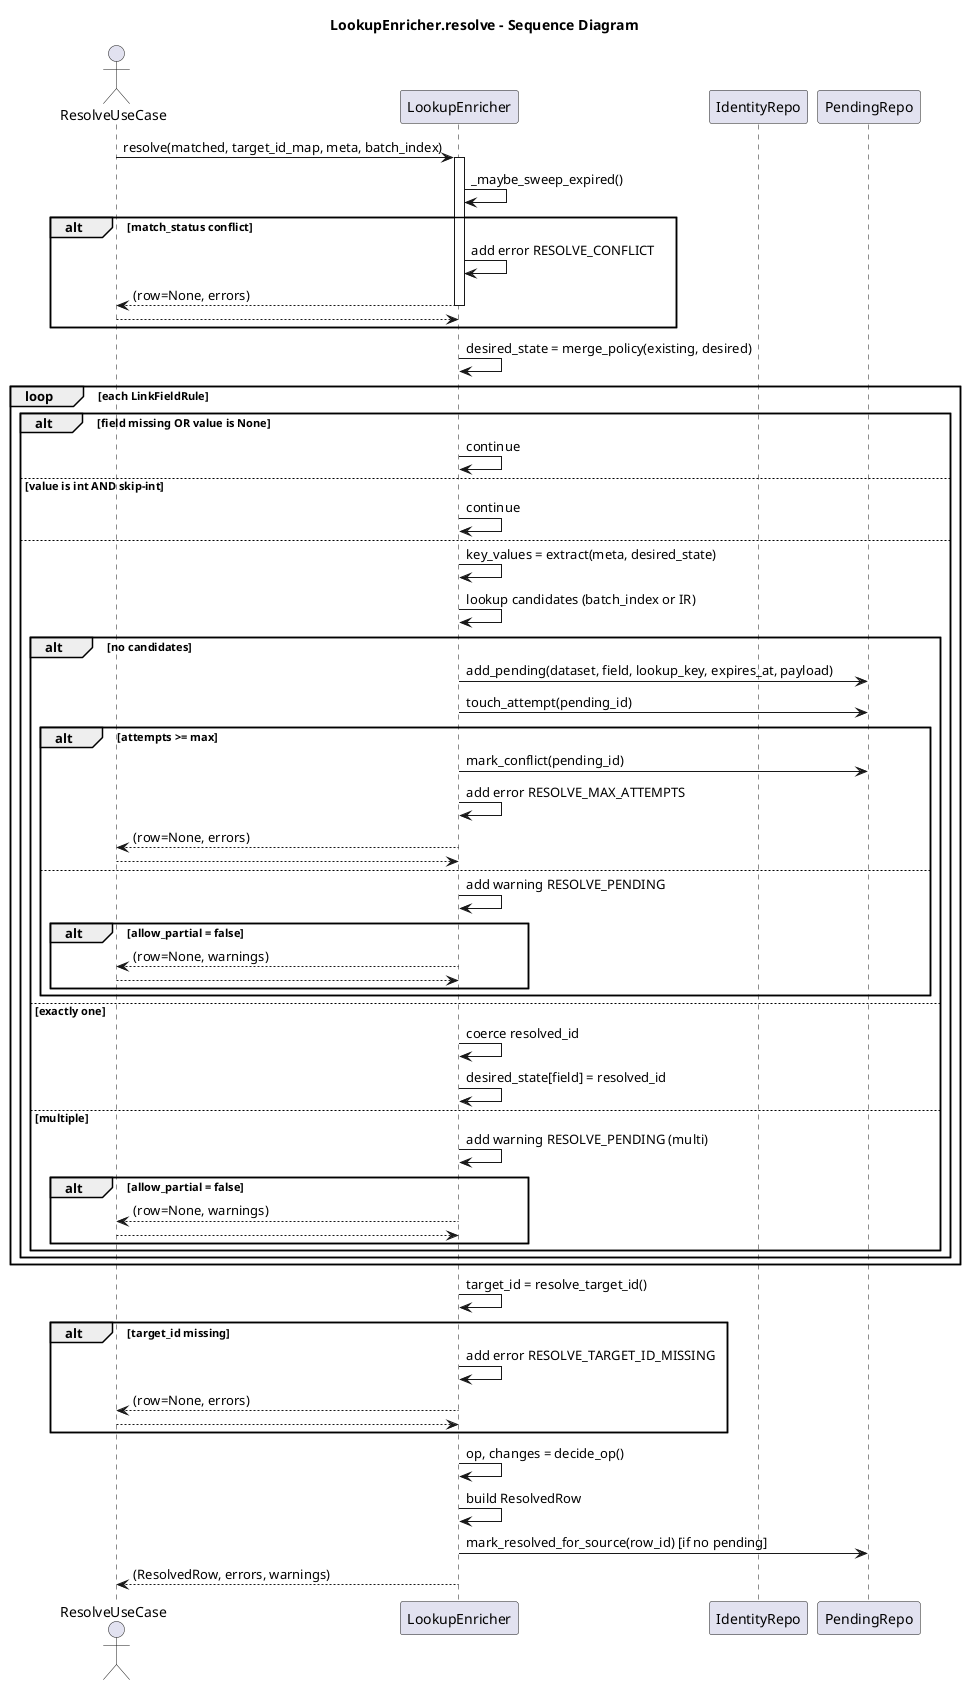
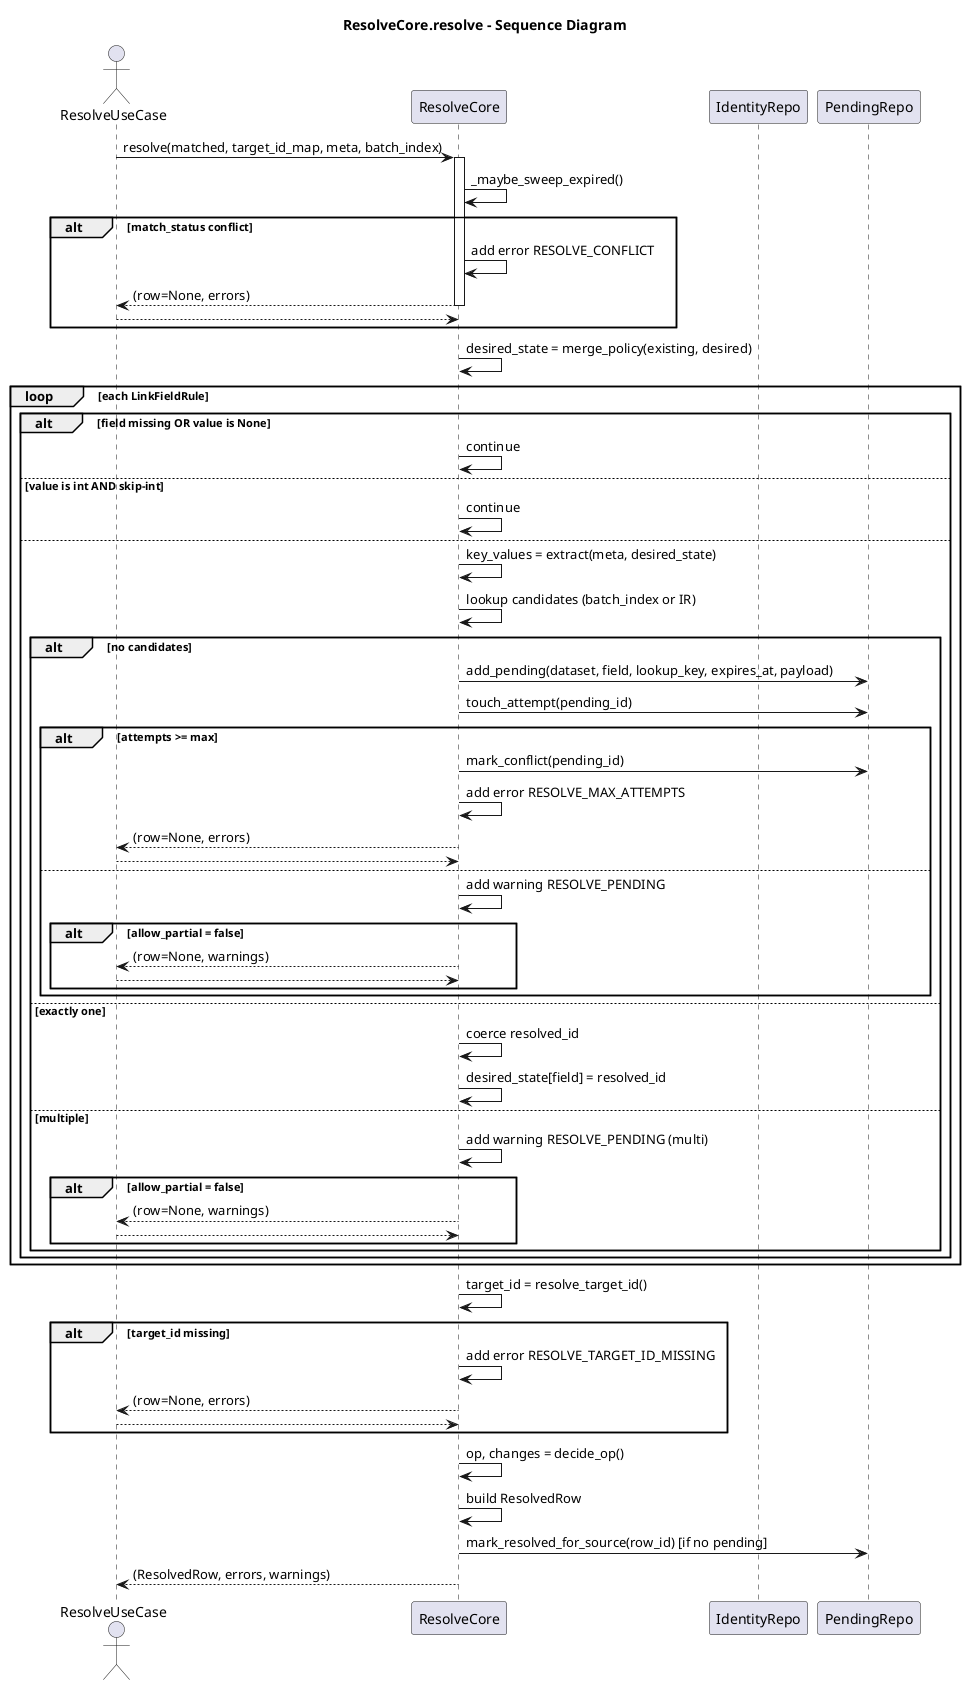
@startuml
- title LookupEnricher.resolve - Sequence Diagram
+ title ResolveCore.resolve - Sequence Diagram

actor "ResolveUseCase" as RU
- participant "LookupEnricher" as R
+ participant "ResolveCore" as R
participant "IdentityRepo" as IR
participant "PendingRepo" as PR

RU -> R: resolve(matched, target_id_map, meta, batch_index)
activate R
R -> R: _maybe_sweep_expired()

alt match_status conflict
  R -> R: add error RESOLVE_CONFLICT
  R --> RU: (row=None, errors)
  deactivate R
  return
end

R -> R: desired_state = merge_policy(existing, desired)

loop each LinkFieldRule
  alt field missing OR value is None
    R -> R: continue
  else value is int AND skip-int
    R -> R: continue
  else
    R -> R: key_values = extract(meta, desired_state)
    R -> R: lookup candidates (batch_index or IR)
    alt no candidates
      R -> PR: add_pending(dataset, field, lookup_key, expires_at, payload)
      R -> PR: touch_attempt(pending_id)
      alt attempts >= max
        R -> PR: mark_conflict(pending_id)
        R -> R: add error RESOLVE_MAX_ATTEMPTS
        R --> RU: (row=None, errors)
        deactivate R
        return
      else
        R -> R: add warning RESOLVE_PENDING
        alt allow_partial = false
          R --> RU: (row=None, warnings)
          deactivate R
          return
        end
      end
    else exactly one
      R -> R: coerce resolved_id
      R -> R: desired_state[field] = resolved_id
    else multiple
      R -> R: add warning RESOLVE_PENDING (multi)
      alt allow_partial = false
        R --> RU: (row=None, warnings)
        deactivate R
        return
      end
    end
  end
end

R -> R: target_id = resolve_target_id()
alt target_id missing
  R -> R: add error RESOLVE_TARGET_ID_MISSING
  R --> RU: (row=None, errors)
  deactivate R
  return
end

R -> R: op, changes = decide_op()
R -> R: build ResolvedRow
R -> PR: mark_resolved_for_source(row_id) [if no pending]
R --> RU: (ResolvedRow, errors, warnings)

deactivate R
@enduml
